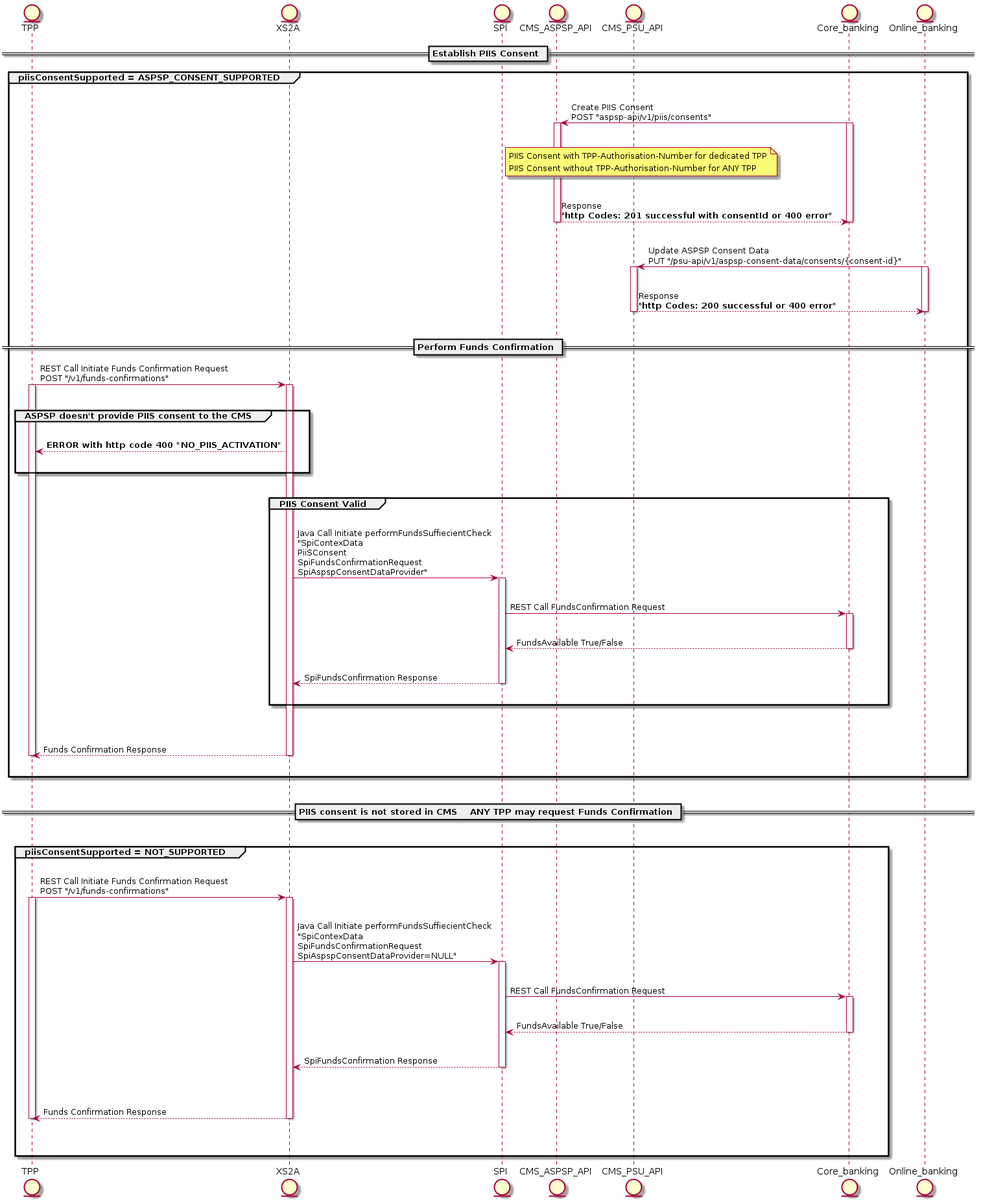
The PlantUML diagram usecases/diagrams/PIIS.png in golden-dimension/xs2a, before a commit. Its diagram source:
```plantuml
@startuml
entity TPP as tpp
entity XS2A as xs2a
entity SPI as spi
entity CMS_ASPSP_API as cms
entity CMS_PSU_API as cmspsu
entity Core_banking as cb
entity Online_banking as ob
== Establish PIIS Consent ==
group piisConsentSupported = ASPSP_CONSENT_SUPPORTED
|||
cb->cms: Create PIIS Consent\nPOST "aspsp-api/v1/piis/consents"
|||
note right of spi
PIIS Consent with TPP-Authorisation-Number for dedicated TPP
|||
PIIS Consent without TPP-Authorisation-Number for ANY TPP
end note
activate cb
activate cms
|||
cms-->cb: Response\n"**http Codes: 201 successful with consentId or 400 error**"
|||
deactivate cms
deactivate cb
ob->cmspsu: Update ASPSP Consent Data\nPUT "/psu-api/v1/aspsp-consent-data/consents/{consent-id}"
activate cmspsu
activate ob
|||
cmspsu-->ob: Response\n"**http Codes: 200 successful or 400 error**"
deactivate cmspsu
deactivate ob
|||
==Perform Funds Confirmation ==

tpp -> xs2a: REST Call Initiate Funds Confirmation Request\nPOST "/v1/funds-confirmations"
activate tpp
activate xs2a
|||
group ASPSP doesn't provide PIIS consent to the CMS
|||
xs2a-->tpp: **ERROR with http code 400 "NO_PIIS_ACTIVATION"**
|||
end
|||
group PIIS Consent Valid
|||
xs2a->spi: Java Call Initiate performFundsSuffiecientCheck\n"SpiContexData\nPiiSConsent\nSpiFundsConfirmationRequest\nSpiAspspConsentDataProvider"
activate spi
|||
spi->cb: REST Call FundsConfirmation Request
activate cb
|||
cb-->spi: FundsAvailable True/False
deactivate cb
|||
spi-->xs2a: SpiFundsConfirmation Response
deactivate spi
|||
end
|||
|||
xs2a-->tpp:Funds Confirmation Response
deactivate xs2a
deactivate tpp
|||
end
|||
== PIIS consent is not stored in CMS    ANY TPP may request Funds Confirmation ==
|||
group piisConsentSupported = NOT_SUPPORTED
|||
tpp -> xs2a: REST Call Initiate Funds Confirmation Request\nPOST "/v1/funds-confirmations"
activate xs2a
activate tpp
|||
xs2a->spi: Java Call Initiate performFundsSuffiecientCheck\n"SpiContexData\nSpiFundsConfirmationRequest\nSpiAspspConsentDataProvider=NULL"
activate spi
|||
spi->cb: REST Call FundsConfirmation Request
activate cb
|||
cb-->spi: FundsAvailable True/False
deactivate cb
|||
spi-->xs2a: SpiFundsConfirmation Response
|||
deactivate spi
|||
xs2a-->tpp:Funds Confirmation Response
|||
deactivate xs2a
deactivate tpp
|||
end
@enduml
```
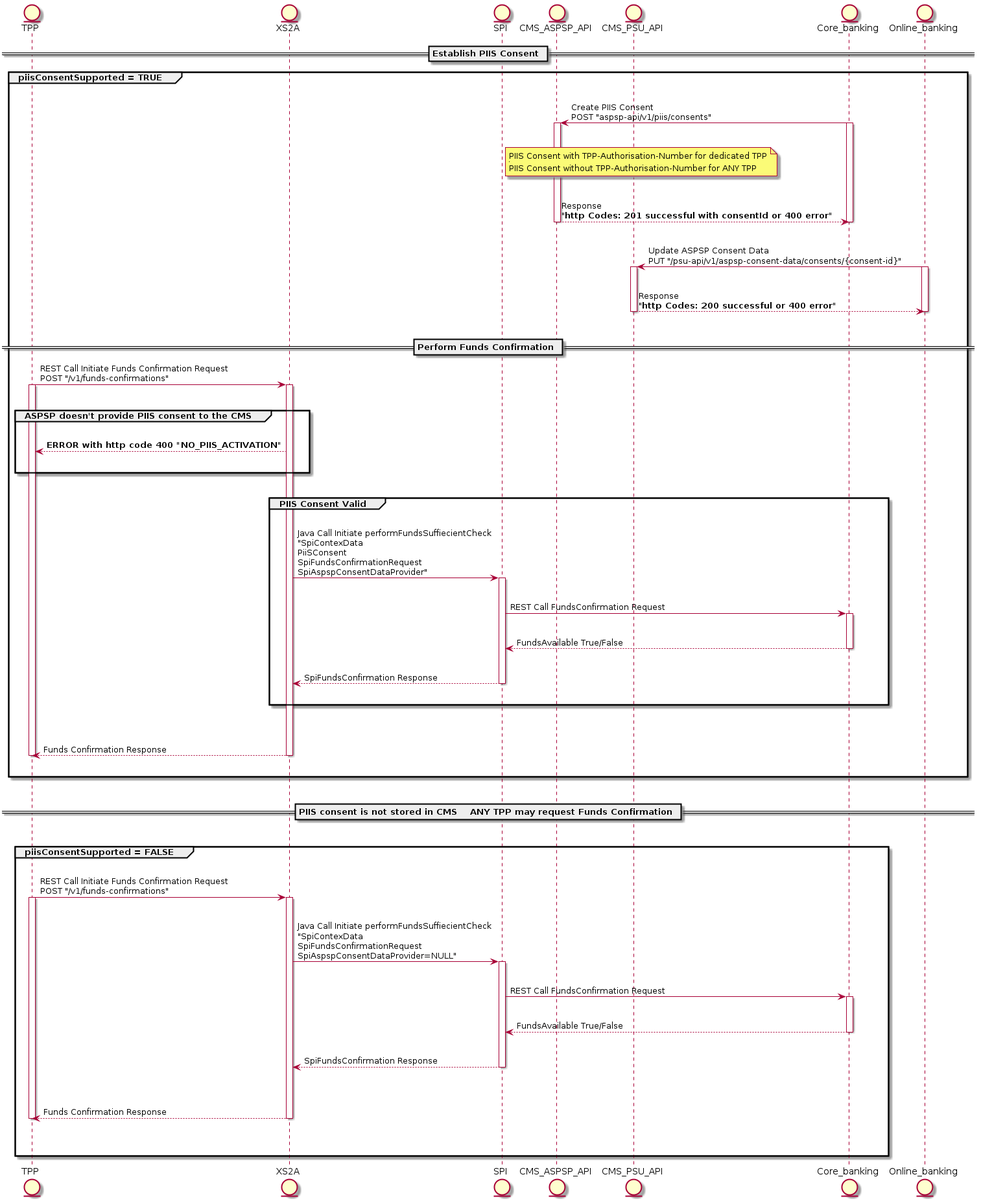
After the commit.

The edit, as a diff of the source:
```diff
@@ -7,7 +7,7 @@
 entity Core_banking as cb
 entity Online_banking as ob
 == Establish PIIS Consent ==
-group piisConsentSupported = ASPSP_CONSENT_SUPPORTED
+group piisConsentSupported = TRUE
 |||
 cb->cms: Create PIIS Consent\nPOST "aspsp-api/v1/piis/consents"
 |||
@@ -68,7 +68,7 @@
 |||
 == PIIS consent is not stored in CMS    ANY TPP may request Funds Confirmation ==
 |||
-group piisConsentSupported = NOT_SUPPORTED
+group piisConsentSupported = FALSE
 |||
 tpp -> xs2a: REST Call Initiate Funds Confirmation Request\nPOST "/v1/funds-confirmations"
 activate xs2a
```
